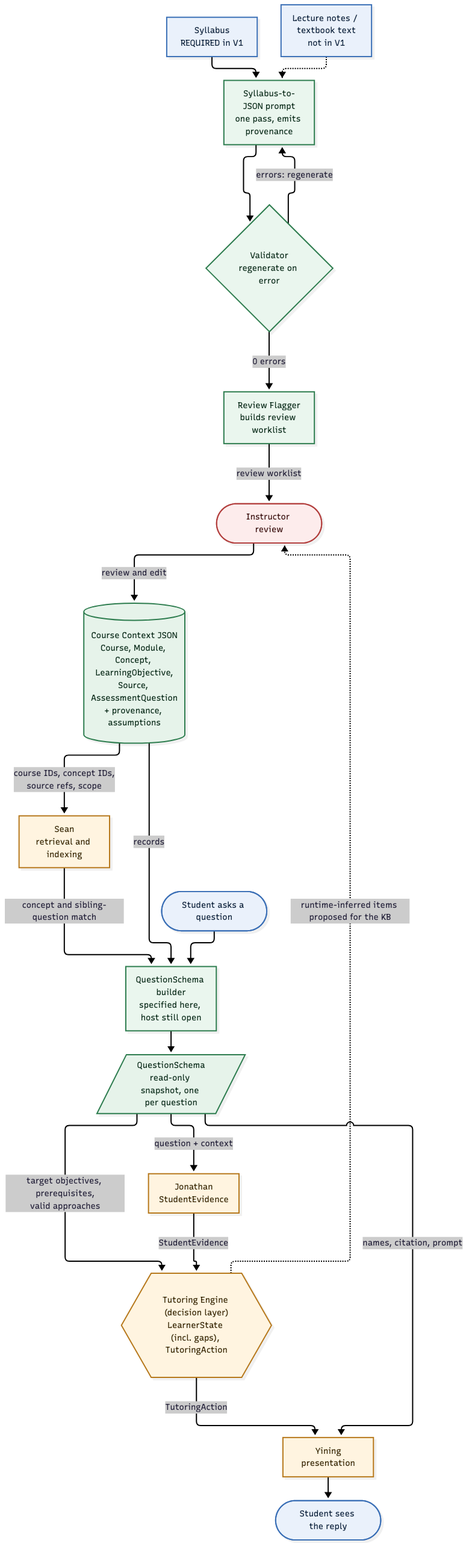
Above: specs/diagrams/course-context-io.png in digital-professor-lab/digital-professor (Mermaid), before the change. Its source is kept beside it as specs/diagrams/course-context-io.mmd.
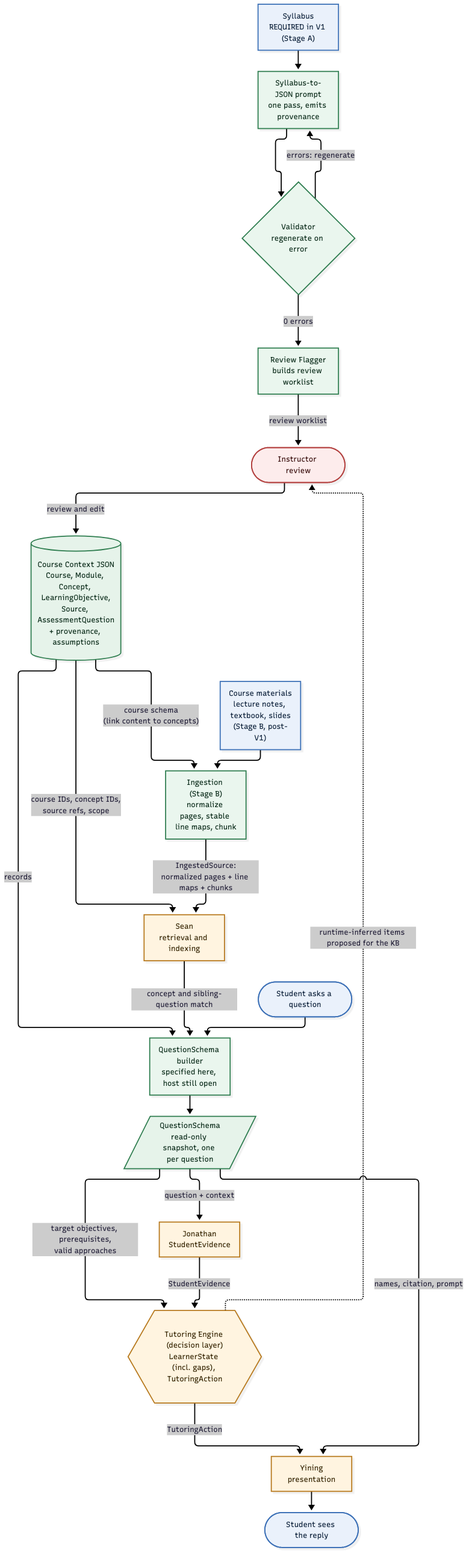
Above is the later version.

Commit message:
Ingestion part updated and presentation added

The edit, as a diff of the source:
```diff
@@ -5,9 +5,10 @@
     classDef store fill:#E6F3EA,stroke:#2E7D4F,color:#10301F,stroke-width:2px
     classDef human fill:#FDECEC,stroke:#B3413F,color:#3F1514
 
-    SYL["Syllabus<br/>REQUIRED in V1"]:::input
-    NOTES["Lecture notes / textbook text<br/>not in V1"]:::input
+    SYL["Syllabus<br/>REQUIRED in V1 (Stage A)"]:::input
+    MAT["Course materials<br/>lecture notes, textbook, slides<br/>(Stage B, post-V1)"]:::input
     GEN["Syllabus-to-JSON prompt<br/>one pass, emits provenance"]:::cc
+    ING["Ingestion (Stage B)<br/>normalize pages, stable line maps, chunk"]:::cc
     VAL{"Validator<br/>regenerate on error"}:::cc
     FLAG["Review Flagger<br/>builds review worklist"]:::cc
     INSTR(["Instructor review"]):::human
@@ -24,7 +25,6 @@
     OUT(["Student sees the reply"]):::input
 
     SYL --> GEN
-    NOTES -.-> GEN
     GEN --> VAL
     VAL -- "errors: regenerate" --> GEN
     VAL -- "0 errors" --> FLAG
@@ -32,6 +32,9 @@
     INSTR -- "review and edit" --> KB
 
     KB -- "course IDs, concept IDs,<br/>source refs, scope" --> SEAN
+    MAT --> ING
+    KB -- "course schema<br/>(link content to concepts)" --> ING
+    ING -- "IngestedSource:<br/>normalized pages + line maps + chunks" --> SEAN
     KB -- "records" --> BLD
     STU --> BLD
     SEAN -- "concept and sibling-question match" --> BLD
```
